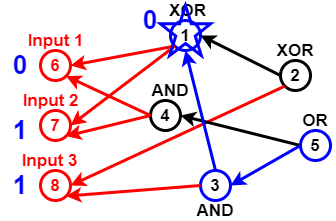
Before: Untitled Diagram.png, a diagram exported from draw.io (sara1024/-CCF201412-2-Z-). Source tidied: cells renumbered, new cells last; positions are measured from the earlier drawing's top-left corner, leaving out a move shared by most shapes.
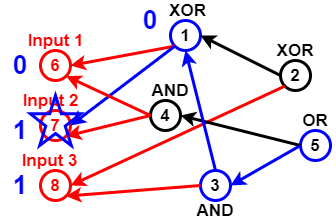
The same file after the commit.

What changed in the source:
```diff
@@ -17,7 +17,7 @@
     <mxCell id="6" style="endArrow=classic;html=1;fontSize=17;fontColor=#000000;strokeWidth=3;entryX=1;entryY=0.5;entryDx=0;entryDy=0;exitX=0;exitY=1;exitDx=0;exitDy=0;strokeColor=#FF0000;" parent="1" edge="1" source="5" target="2">
       <mxGeometry relative="1" as="geometry" />
     </mxCell>
-    <mxCell id="7" style="endArrow=classic;html=1;strokeWidth=3;fontSize=17;fontColor=#000000;entryX=1;entryY=0.5;entryDx=0;entryDy=0;exitX=0;exitY=1;exitDx=0;exitDy=0;strokeColor=#FF0000;" parent="1" edge="1" source="5" target="3">
+    <mxCell id="7" style="endArrow=classic;html=1;strokeWidth=3;fontSize=17;fontColor=#000000;entryX=1;entryY=0.5;entryDx=0;entryDy=0;exitX=0;exitY=1;exitDx=0;exitDy=0;strokeColor=#0000FF;" parent="1" edge="1" source="5" target="3">
       <mxGeometry relative="1" as="geometry" />
     </mxCell>
     <mxCell id="8" value="4" style="ellipse;whiteSpace=wrap;html=1;strokeColor=#000000;strokeWidth=3;fillColor=none;fontSize=17;fontColor=#000000;fontStyle=1;" parent="1" vertex="1">
@@ -90,7 +90,7 @@
       <mxGeometry y="175" width="40" height="20" as="geometry" />
     </mxCell>
     <mxCell id="31" style="verticalLabelPosition=bottom;verticalAlign=top;html=1;shape=mxgraph.basic.star;strokeWidth=3;fillColor=none;gradientColor=none;fontSize=26;fontColor=#0000CC;strokeColor=#0000FF;" parent="1" vertex="1">
-      <mxGeometry x="160" y="5" width="50" height="50" as="geometry" />
+      <mxGeometry x="30" y="95" width="50" height="50" as="geometry" />
     </mxCell>
     <mxCell id="32" value="0" style="text;html=1;strokeColor=none;fillColor=none;align=center;verticalAlign=middle;whiteSpace=wrap;rounded=0;fontSize=26;fontColor=#0000FF;fontStyle=1;" parent="1" vertex="1">
       <mxGeometry x="130" y="10" width="40" height="20" as="geometry" />
```
